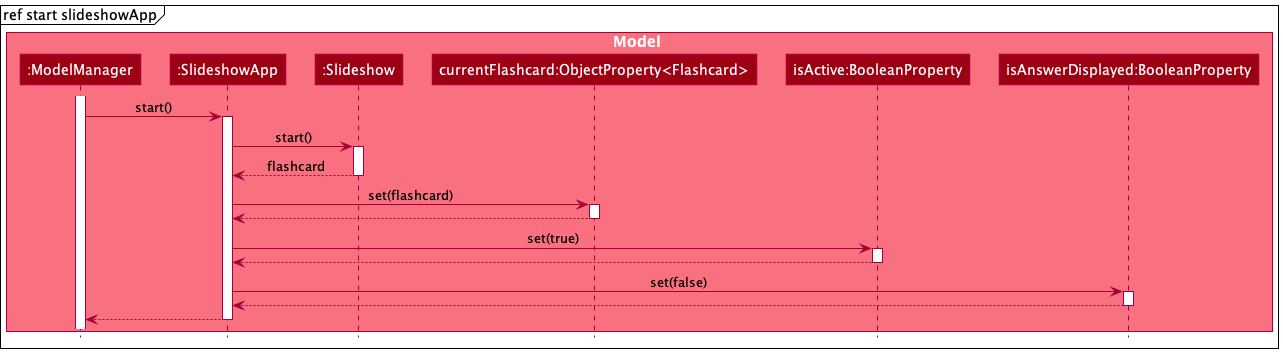
Earlier version of the PlantUML export docs/images/StartSlideshowAppReferenceSequenceDiagram.png (sharmainec/tp).
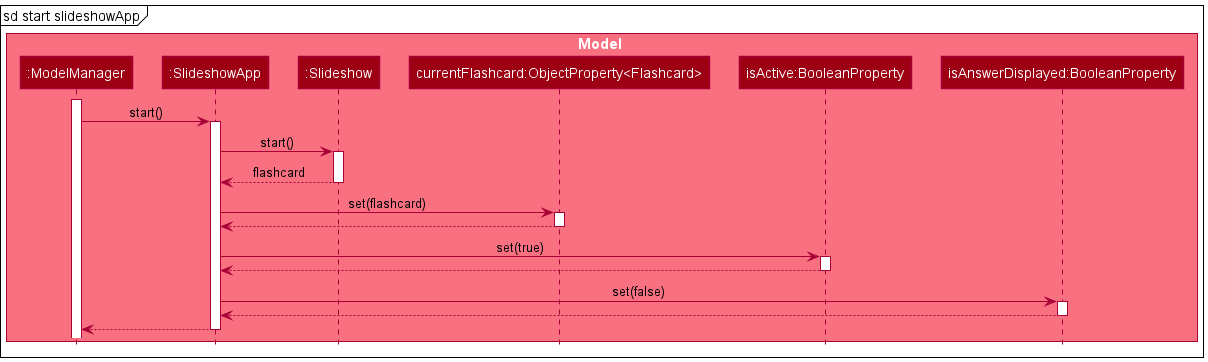
Above is the later version.

What changed in the source:
```diff
@@ -10,7 +10,7 @@
 participant "isAnswerDisplayed:BooleanProperty" as isAnswerDisplayed MODEL_COLOR
 end box
 
-mainframe ref start slideshowApp
+mainframe sd start slideshowApp
 
 activate ModelManager
 
```
